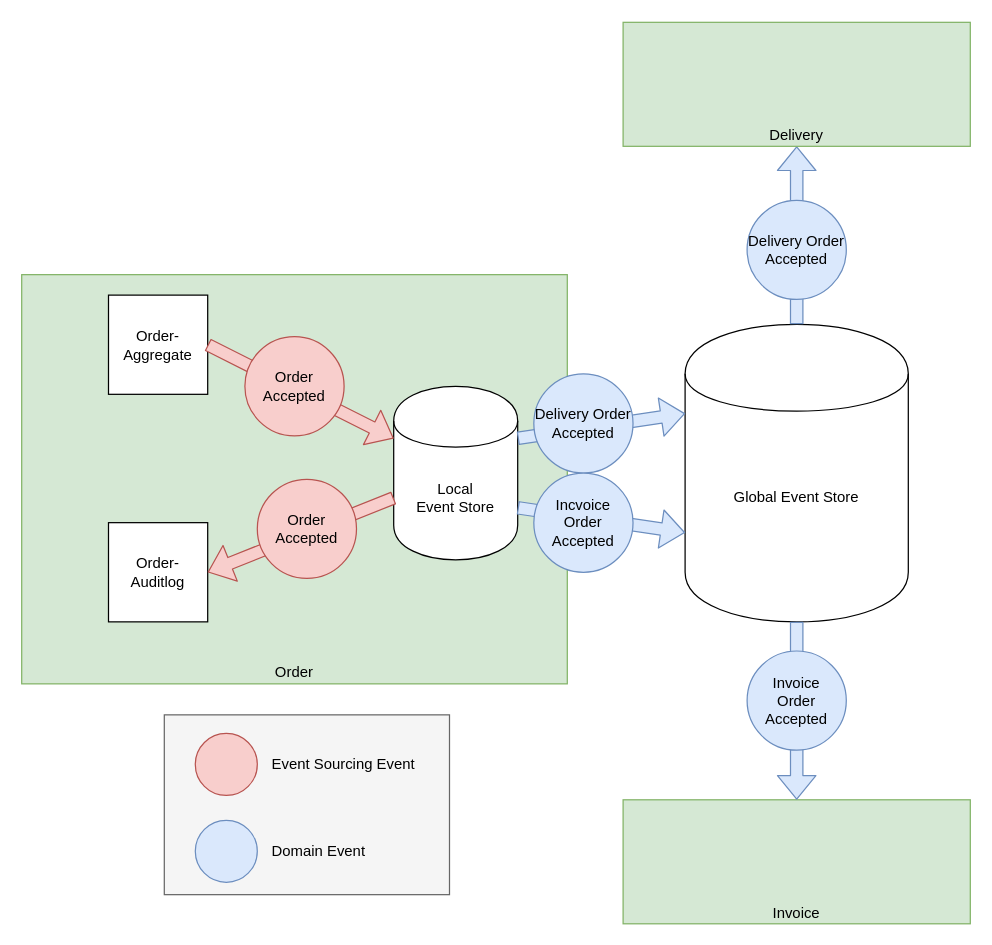
The draw.io diagram CustomerSupplier.drawio in OLibutzki/blog, before the edit. Source tidied: cells renumbered, new cells numbered last; positions are measured from the earlier drawing's top-left corner, leaving out a move shared by most shapes. Both pictures are drawn from the tidied source at 124%, with x=0, y=0 at pixel (21, 21).
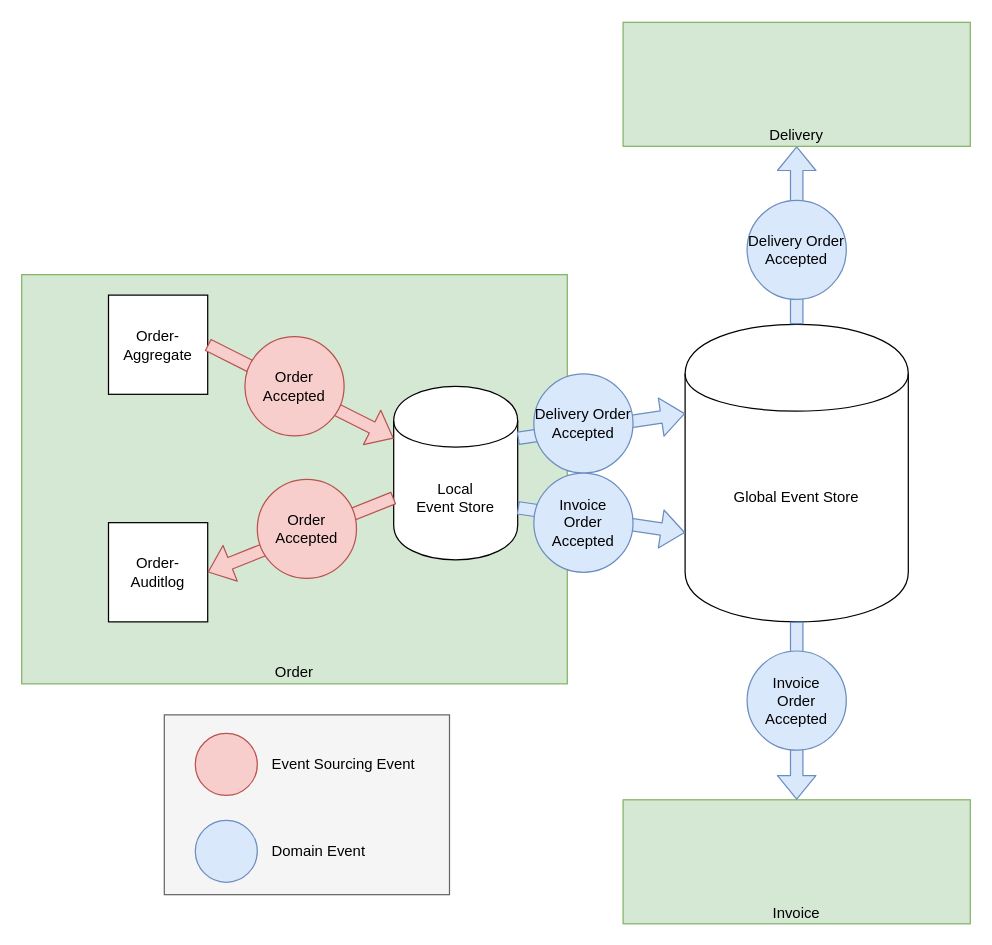
The same page after the edit.

What changed in the source:
```diff
@@
-    <mxCell id="25" value="Incvoice Order Accepted" style="ellipse;whiteSpace=wrap;html=1;fillColor=#dae8fc;strokeColor=#6c8ebf;" parent="1" vertex="1">
+    <mxCell id="25" value="Invoice&lt;br&gt;Order Accepted" style="ellipse;whiteSpace=wrap;html=1;fillColor=#dae8fc;strokeColor=#6c8ebf;" parent="1" vertex="1">
       <mxGeometry x="413" y="364" width="80" height="80" as="geometry" />
     </mxCell>
```
